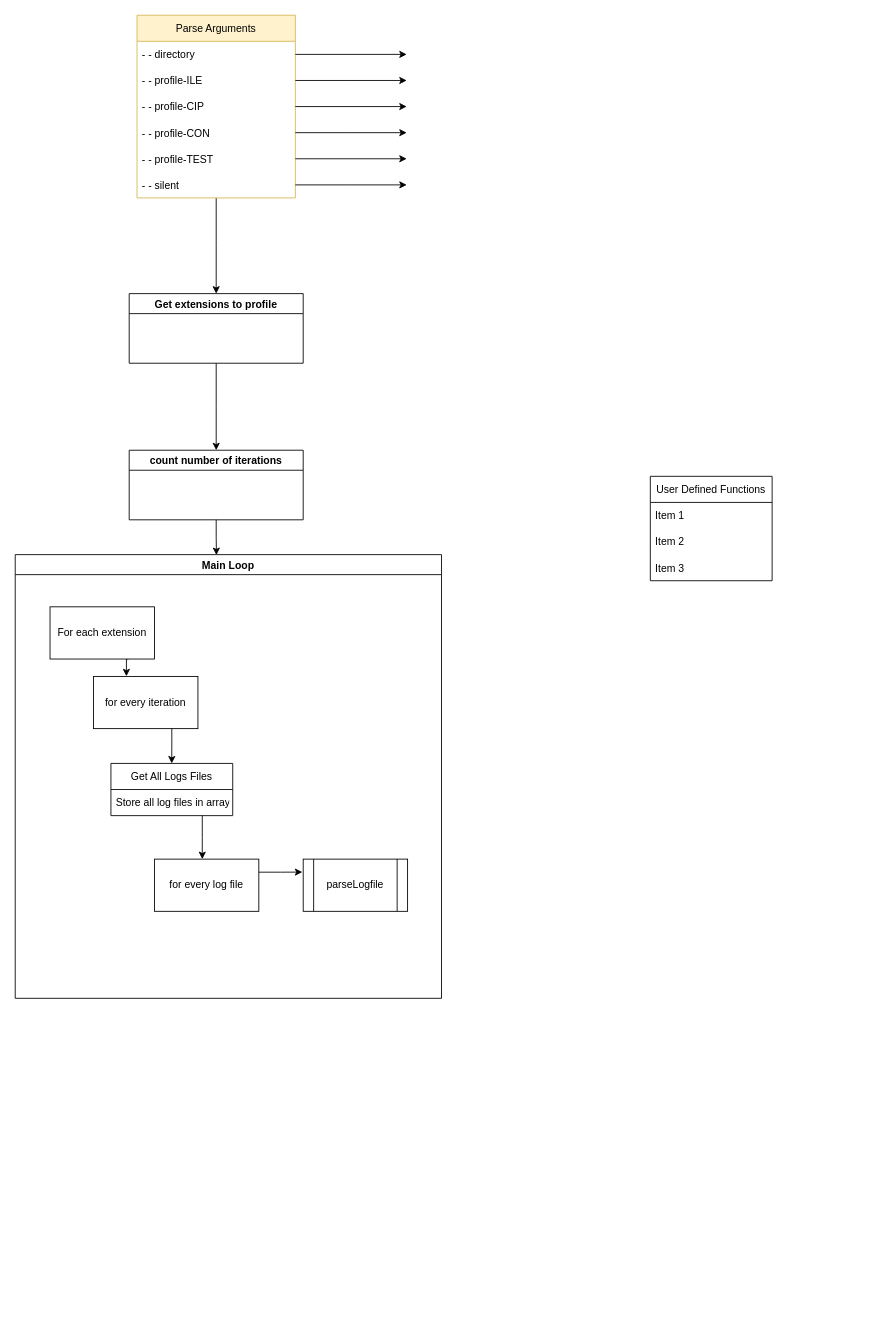
The draw.io diagram RIFT-Profiling-Script.drawio in jkwofford/JKWportfolio, before the edit. Source tidied: cells renumbered, new cells numbered last; positions are measured from the earlier drawing's top-left corner, leaving out a move shared by most shapes. Both pictures are drawn from the tidied source at 87%, with x=0, y=0 at pixel (15, 15).
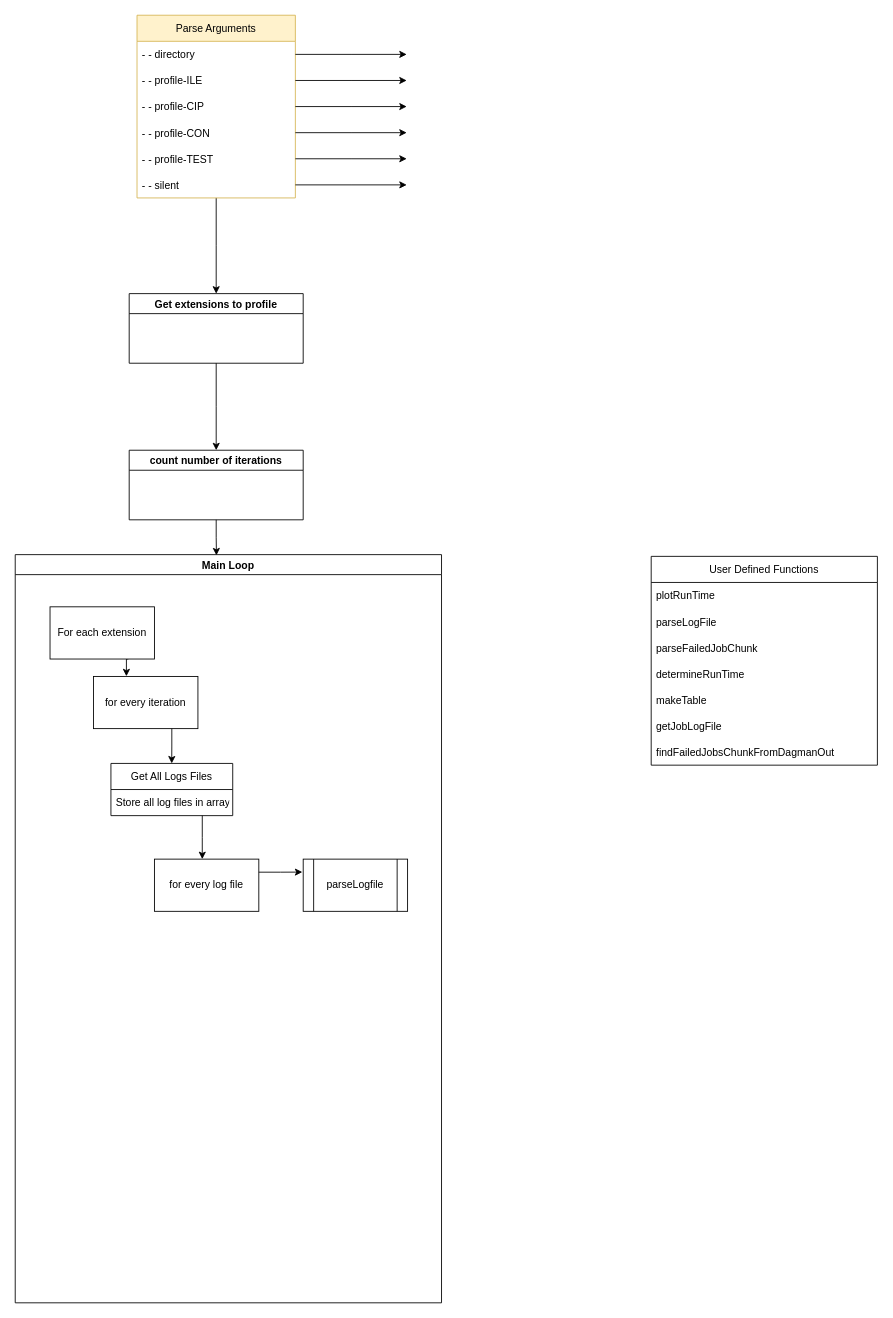
The same page after the edit.

What changed in the source:
```diff
@@
     <mxCell id="20" value="Main Loop" style="swimlane;startSize=23;" parent="1" vertex="1">
-      <mxGeometry y="620" width="490" height="510" as="geometry" />
+      <mxGeometry y="620" width="490" height="860" as="geometry" />
     </mxCell>
@@
     <mxCell id="31" value="User Defined Functions" style="swimlane;fontStyle=0;horizontal=1;startSize=30;" parent="1" vertex="1">
-      <mxGeometry x="730" y="530" width="140" height="120" as="geometry" />
+      <mxGeometry x="731" y="622" width="260" height="240" as="geometry" />
     </mxCell>
-    <mxCell id="32" value="Item 1" style="text;strokeColor=none;fillColor=none;align=left;verticalAlign=middle;spacingLeft=4;spacingRight=4;overflow=hidden;" parent="31" vertex="1">
-      <mxGeometry y="30" width="140" height="30" as="geometry" />
+    <mxCell id="32" value="plotRunTime" style="text;strokeColor=none;fillColor=none;align=left;verticalAlign=middle;spacingLeft=4;spacingRight=4;overflow=hidden;" parent="31" vertex="1">
+      <mxGeometry y="30" width="260" height="30" as="geometry" />
     </mxCell>
-    <mxCell id="33" value="Item 2" style="text;strokeColor=none;fillColor=none;align=left;verticalAlign=middle;spacingLeft=4;spacingRight=4;overflow=hidden;" parent="31" vertex="1">
-      <mxGeometry y="60" width="140" height="30" as="geometry" />
+    <mxCell id="33" value="parseLogFile" style="text;strokeColor=none;fillColor=none;align=left;verticalAlign=middle;spacingLeft=4;spacingRight=4;overflow=hidden;" parent="31" vertex="1">
+      <mxGeometry y="60" width="260" height="30" as="geometry" />
     </mxCell>
-    <mxCell id="34" value="Item 3" style="text;strokeColor=none;fillColor=none;align=left;verticalAlign=middle;spacingLeft=4;spacingRight=4;overflow=hidden;" parent="31" vertex="1">
-      <mxGeometry y="90" width="140" height="30" as="geometry" />
+    <mxCell id="34" value="parseFailedJobChunk" style="text;strokeColor=none;fillColor=none;align=left;verticalAlign=middle;spacingLeft=4;spacingRight=4;overflow=hidden;" parent="31" vertex="1">
+      <mxGeometry y="90" width="260" height="30" as="geometry" />
     </mxCell>
+    <mxCell id="35" value="determineRunTime" style="text;strokeColor=none;fillColor=none;align=left;verticalAlign=middle;spacingLeft=4;spacingRight=4;overflow=hidden;" parent="31" vertex="1">
+      <mxGeometry y="120" width="260" height="30" as="geometry" />
+    </mxCell>
+    <mxCell id="36" value="makeTable" style="text;strokeColor=none;fillColor=none;align=left;verticalAlign=middle;spacingLeft=4;spacingRight=4;overflow=hidden;" parent="31" vertex="1">
+      <mxGeometry y="150" width="260" height="30" as="geometry" />
+    </mxCell>
+    <mxCell id="37" value="getJobLogFile" style="text;strokeColor=none;fillColor=none;align=left;verticalAlign=middle;spacingLeft=4;spacingRight=4;overflow=hidden;" parent="31" vertex="1">
+      <mxGeometry y="180" width="260" height="30" as="geometry" />
+    </mxCell>
+    <mxCell id="38" value="findFailedJobsChunkFromDagmanOut" style="text;strokeColor=none;fillColor=none;align=left;verticalAlign=middle;spacingLeft=4;spacingRight=4;overflow=hidden;" parent="31" vertex="1">
+      <mxGeometry y="210" width="260" height="30" as="geometry" />
+    </mxCell>
```
